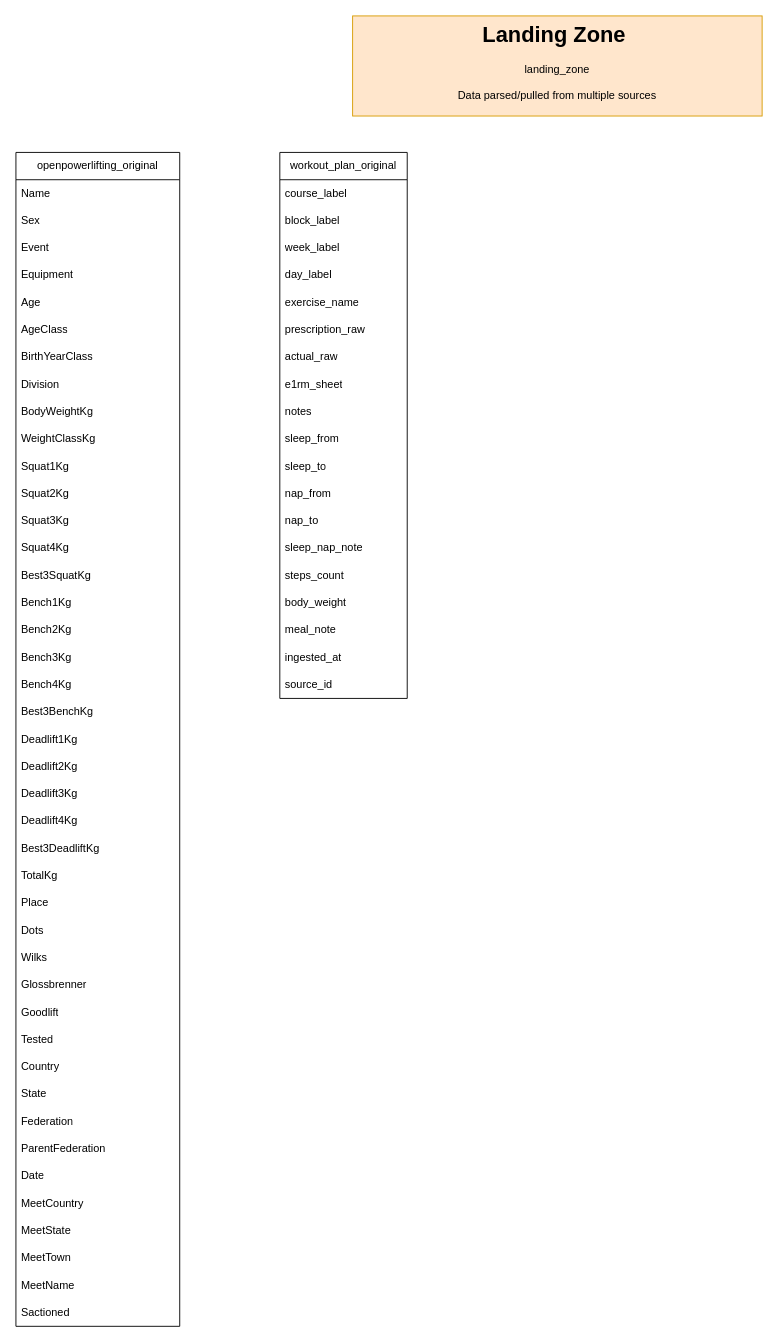
The draw.io diagram page "Data model/schema" (1 of 2) of pwl model.drawio in nguyenvulong0509/personal_pwl_elt_data, before the edit. Source tidied: cells renumbered, new cells numbered last; positions are measured from the earlier drawing's top-left corner, leaving out a move shared by most shapes. Both pictures are drawn from the tidied source at 91%, with x=0, y=0 at pixel (15, 15).
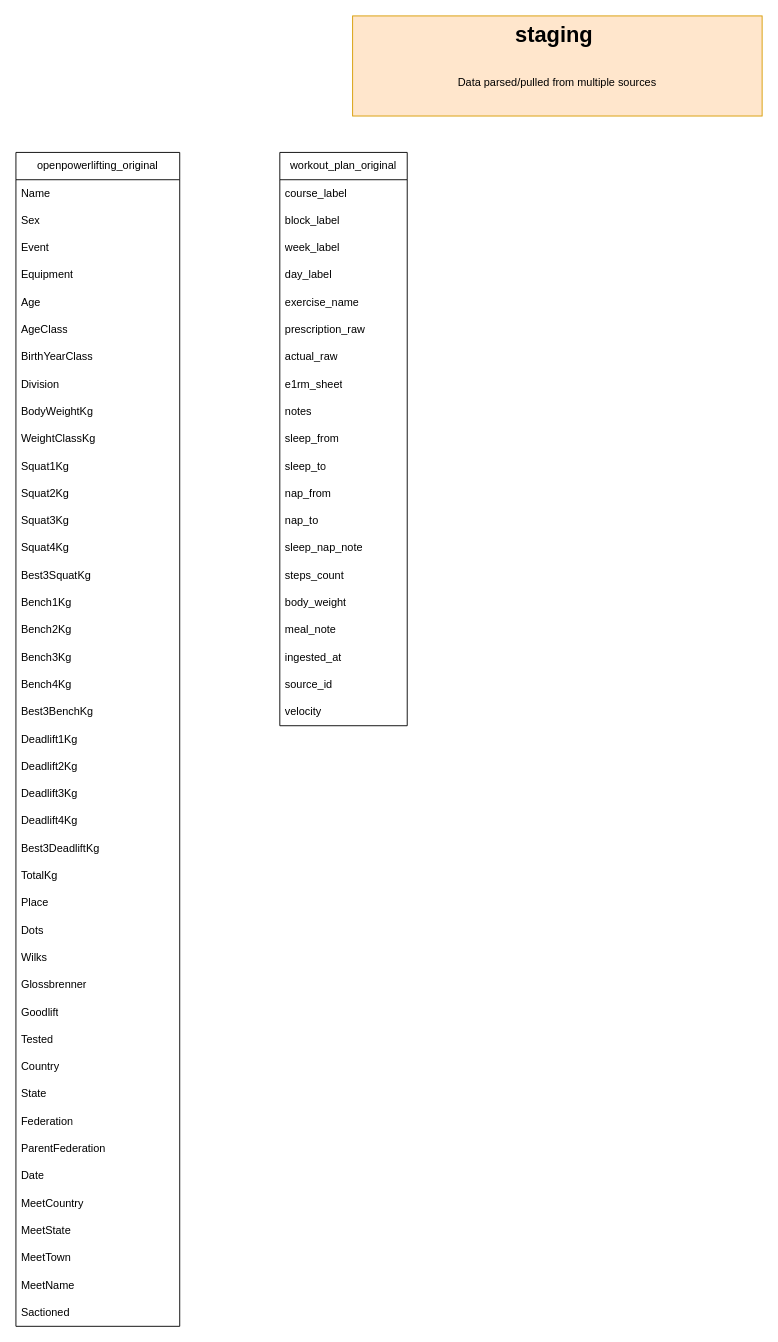
The same page after the edit.

What changed in the source:
```diff
@@
     <mxCell id="45" value="workout_plan_original" style="swimlane;fontStyle=0;horizontal=1;startSize=30;whiteSpace=wrap;html=1;" parent="1" vertex="1">
-      <mxGeometry x="290" y="150" width="140" height="600" as="geometry" />
+      <mxGeometry x="290" y="150" width="140" height="630" as="geometry" />
     </mxCell>
@@
+    <mxCell id="66" value="velocity" style="text;strokeColor=none;fillColor=none;align=left;verticalAlign=middle;spacingLeft=4;spacingRight=4;overflow=hidden;whiteSpace=wrap;html=1;" parent="45" vertex="1">
+      <mxGeometry y="600" width="140" height="30" as="geometry" />
+    </mxCell>
-    <mxCell id="65" value="&lt;h1 style=&quot;margin-top: 0px;&quot;&gt;Landing Zone&amp;nbsp;&lt;/h1&gt;&lt;div&gt;landing_zone&lt;/div&gt;&lt;div&gt;&lt;br&gt;&lt;/div&gt;&lt;div&gt;Data parsed/pulled from multiple sources&lt;/div&gt;" style="text;html=1;whiteSpace=wrap;overflow=hidden;rounded=0;align=center;fillColor=#ffe6cc;strokeColor=#d79b00;" parent="1" vertex="1">
+    <mxCell id="65" value="&lt;h1 style=&quot;margin-top: 0px;&quot;&gt;staging&amp;nbsp;&lt;/h1&gt;&lt;div&gt;&lt;br&gt;&lt;/div&gt;&lt;div&gt;Data parsed/pulled from multiple sources&lt;/div&gt;" style="text;html=1;whiteSpace=wrap;overflow=hidden;rounded=0;align=center;fillColor=#ffe6cc;strokeColor=#d79b00;" parent="1" vertex="1">
       <mxGeometry x="370" width="450" height="110" as="geometry" />
     </mxCell>
```
